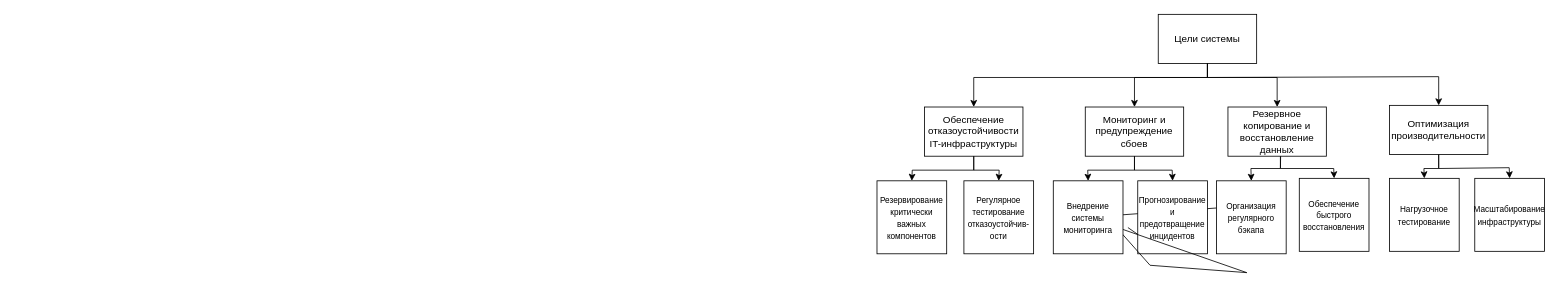
Earlier version of the draw.io diagram СистемныйАнализ.drawio (yastrov/exemplar1). Source tidied: cells renumbered, new cells numbered last; positions are measured from the earlier drawing's top-left corner, leaving out a move shared by most shapes. Both pictures are drawn from the tidied source at 82%, with x=0, y=0 at pixel (877, 14).
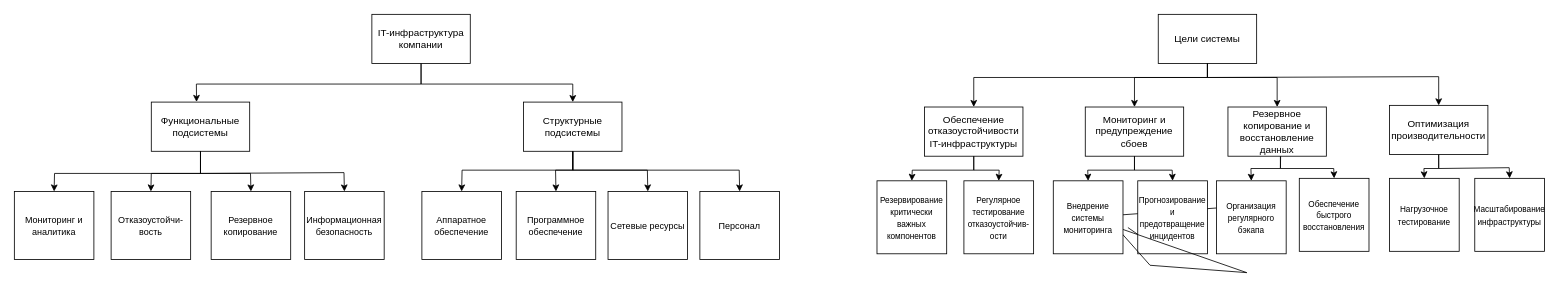
The same page after the edit.

Diff of the diagram source:
```diff
@@
+    <mxCell id="31" value="&lt;font style=&quot;color: light-dark(rgb(0, 0, 0), rgb(0, 0, 0));&quot;&gt;IT-инфраструктура компании&lt;/font&gt;" style="rounded=0;whiteSpace=wrap;html=1;fillColor=light-dark(#FFFFFF,#FFFFFF);strokeColor=light-dark(#000000,#000000);" parent="1" vertex="1">
+      <mxGeometry x="-616" width="120" height="60" as="geometry" />
+    </mxCell>
+    <mxCell id="32" value="&lt;font style=&quot;color: light-dark(rgb(0, 0, 0), rgb(0, 0, 0));&quot;&gt;Функциональные подсистемы&lt;/font&gt;" style="rounded=0;whiteSpace=wrap;html=1;fillColor=light-dark(#FFFFFF,#FFFFFF);strokeColor=light-dark(#000000,#000000);" parent="1" vertex="1">
+      <mxGeometry x="-885" y="107" width="120" height="60" as="geometry" />
+    </mxCell>
+    <mxCell id="33" value="&lt;font style=&quot;color: light-dark(rgb(0, 0, 0), rgb(0, 0, 0));&quot;&gt;Структурные подсистемы&lt;/font&gt;" style="rounded=0;whiteSpace=wrap;html=1;fillColor=light-dark(#FFFFFF,#FFFFFF);strokeColor=light-dark(#000000,#000000);" parent="1" vertex="1">
+      <mxGeometry x="-431" y="107" width="120" height="60" as="geometry" />
+    </mxCell>
+    <mxCell id="34" value="&lt;font style=&quot;color: light-dark(rgb(0, 0, 0), rgb(0, 0, 0));&quot;&gt;Мониторинг и аналитика&lt;/font&gt;" style="rounded=0;whiteSpace=wrap;html=1;fillColor=light-dark(#FFFFFF,#FFFFFF);strokeColor=light-dark(#000000,#000000);fontSize=11;" parent="1" vertex="1">
+      <mxGeometry x="-1052" y="216" width="97" height="83" as="geometry" />
+    </mxCell>
+    <mxCell id="35" value="&lt;font style=&quot;color: light-dark(rgb(0, 0, 0), rgb(0, 0, 0));&quot;&gt;Отказоустойчи-вость&lt;/font&gt;" style="rounded=0;whiteSpace=wrap;html=1;fillColor=light-dark(#FFFFFF,#FFFFFF);strokeColor=light-dark(#000000,#000000);fontSize=11;" parent="1" vertex="1">
+      <mxGeometry x="-934" y="216" width="97" height="83" as="geometry" />
+    </mxCell>
+    <mxCell id="36" value="&lt;font style=&quot;color: light-dark(rgb(0, 0, 0), rgb(0, 0, 0));&quot;&gt;Резервное копирование&lt;/font&gt;" style="rounded=0;whiteSpace=wrap;html=1;fillColor=light-dark(#FFFFFF,#FFFFFF);strokeColor=light-dark(#000000,#000000);fontSize=11;" parent="1" vertex="1">
+      <mxGeometry x="-812" y="216" width="97" height="83" as="geometry" />
+    </mxCell>
+    <mxCell id="37" value="&lt;font style=&quot;color: light-dark(rgb(0, 0, 0), rgb(0, 0, 0));&quot;&gt;Информационная безопасность&lt;/font&gt;" style="rounded=0;whiteSpace=wrap;html=1;fillColor=light-dark(#FFFFFF,#FFFFFF);strokeColor=light-dark(#000000,#000000);fontSize=11;" parent="1" vertex="1">
+      <mxGeometry x="-698" y="216" width="97" height="83" as="geometry" />
+    </mxCell>
+    <mxCell id="38" value="&lt;font style=&quot;color: light-dark(rgb(0, 0, 0), rgb(0, 0, 0));&quot;&gt;Аппаратное обеспечение&lt;/font&gt;" style="rounded=0;whiteSpace=wrap;html=1;fillColor=light-dark(#FFFFFF,#FFFFFF);strokeColor=light-dark(#000000,#000000);fontSize=11;" parent="1" vertex="1">
+      <mxGeometry x="-555" y="216" width="97" height="83" as="geometry" />
+    </mxCell>
+    <mxCell id="39" value="&lt;font style=&quot;color: light-dark(rgb(0, 0, 0), rgb(0, 0, 0));&quot;&gt;Программное обеспечение&lt;/font&gt;" style="rounded=0;whiteSpace=wrap;html=1;fillColor=light-dark(#FFFFFF,#FFFFFF);strokeColor=light-dark(#000000,#000000);fontSize=11;" parent="1" vertex="1">
+      <mxGeometry x="-440" y="216" width="97" height="83" as="geometry" />
+    </mxCell>
+    <mxCell id="40" value="&lt;font style=&quot;color: light-dark(rgb(0, 0, 0), rgb(0, 0, 0));&quot;&gt;Сетевые ресурсы&lt;/font&gt;" style="rounded=0;whiteSpace=wrap;html=1;fillColor=light-dark(#FFFFFF,#FFFFFF);strokeColor=light-dark(#000000,#000000);fontSize=11;" parent="1" vertex="1">
+      <mxGeometry x="-328" y="216" width="97" height="83" as="geometry" />
+    </mxCell>
+    <mxCell id="41" value="&lt;font style=&quot;color: light-dark(rgb(0, 0, 0), rgb(0, 0, 0));&quot;&gt;Персонал&lt;/font&gt;" style="rounded=0;whiteSpace=wrap;html=1;fillColor=light-dark(#FFFFFF,#FFFFFF);strokeColor=light-dark(#000000,#000000);fontSize=11;" parent="1" vertex="1">
+      <mxGeometry x="-216" y="216" width="97" height="83" as="geometry" />
+    </mxCell>
+    <mxCell id="42" style="endArrow=classic;html=1;rounded=0;exitX=0.5;exitY=1;exitDx=0;exitDy=0;entryX=0.46;entryY=-0.003;entryDx=0;entryDy=0;strokeColor=light-dark(#000000,#000000);entryPerimeter=0;" parent="1" edge="1" source="31" target="32">
+      <mxGeometry relative="1" as="geometry">
+        <Array as="points">
+          <mxPoint x="-556" y="85" />
+          <mxPoint x="-830" y="85" />
+        </Array>
+      </mxGeometry>
+    </mxCell>
+    <mxCell id="43" style="endArrow=classic;html=1;rounded=0;exitX=0.5;exitY=1;exitDx=0;exitDy=0;entryX=0.5;entryY=0;entryDx=0;entryDy=0;strokeColor=light-dark(#000000,#000000);" parent="1" edge="1" source="31" target="33">
+      <mxGeometry relative="1" as="geometry">
+        <Array as="points">
+          <mxPoint x="-556" y="85" />
+          <mxPoint x="-371" y="85" />
+        </Array>
+      </mxGeometry>
+    </mxCell>
+    <mxCell id="44" style="endArrow=classic;html=1;rounded=0;exitX=0.5;exitY=1;exitDx=0;exitDy=0;entryX=0.5;entryY=0;entryDx=0;entryDy=0;strokeColor=light-dark(#000000,#000000);" parent="1" edge="1" source="32" target="34">
+      <mxGeometry relative="1" as="geometry">
+        <Array as="points">
+          <mxPoint x="-825" y="194" />
+          <mxPoint x="-1003" y="194" />
+        </Array>
+      </mxGeometry>
+    </mxCell>
+    <mxCell id="45" style="endArrow=classic;html=1;rounded=0;entryX=0.5;entryY=0;entryDx=0;entryDy=0;strokeColor=light-dark(#000000,#000000);exitX=0.5;exitY=1;exitDx=0;exitDy=0;" parent="1" edge="1" source="32" target="35">
+      <mxGeometry relative="1" as="geometry">
+        <Array as="points">
+          <mxPoint x="-825" y="194" />
+          <mxPoint x="-885" y="194" />
+        </Array>
+      </mxGeometry>
+    </mxCell>
+    <mxCell id="46" style="endArrow=classic;html=1;rounded=0;entryX=0.5;entryY=0;entryDx=0;entryDy=0;strokeColor=light-dark(#000000,#000000);exitX=0.5;exitY=1;exitDx=0;exitDy=0;" parent="1" edge="1" source="32" target="36">
+      <mxGeometry relative="1" as="geometry">
+        <Array as="points">
+          <mxPoint x="-825" y="194" />
+          <mxPoint x="-764" y="194" />
+        </Array>
+      </mxGeometry>
+    </mxCell>
+    <mxCell id="47" style="endArrow=classic;html=1;rounded=0;entryX=0.5;entryY=0;entryDx=0;entryDy=0;strokeColor=light-dark(#000000,#000000);exitX=0.5;exitY=1;exitDx=0;exitDy=0;" parent="1" edge="1" source="32" target="37">
+      <mxGeometry relative="1" as="geometry">
+        <Array as="points">
+          <mxPoint x="-825" y="194" />
+          <mxPoint x="-650" y="193" />
+        </Array>
+      </mxGeometry>
+    </mxCell>
+    <mxCell id="48" style="endArrow=classic;html=1;rounded=0;exitX=0.5;exitY=1;exitDx=0;exitDy=0;entryX=0.5;entryY=0;entryDx=0;entryDy=0;strokeColor=light-dark(#000000,#000000);" parent="1" edge="1" source="33" target="38">
+      <mxGeometry relative="1" as="geometry">
+        <Array as="points">
+          <mxPoint x="-371" y="190" />
+          <mxPoint x="-506" y="190" />
+        </Array>
+      </mxGeometry>
+    </mxCell>
+    <mxCell id="49" style="endArrow=classic;html=1;rounded=0;exitX=0.5;exitY=1;exitDx=0;exitDy=0;entryX=0.5;entryY=0;entryDx=0;entryDy=0;strokeColor=light-dark(#000000,#000000);" parent="1" edge="1" source="33" target="39">
+      <mxGeometry relative="1" as="geometry">
+        <Array as="points">
+          <mxPoint x="-371" y="190" />
+          <mxPoint x="-392" y="190" />
+        </Array>
+      </mxGeometry>
+    </mxCell>
+    <mxCell id="50" style="endArrow=classic;html=1;rounded=0;exitX=0.5;exitY=1;exitDx=0;exitDy=0;entryX=0.5;entryY=0;entryDx=0;entryDy=0;strokeColor=light-dark(#000000,#000000);" parent="1" edge="1" source="33" target="40">
+      <mxGeometry relative="1" as="geometry">
+        <Array as="points">
+          <mxPoint x="-371" y="190" />
+          <mxPoint x="-280" y="190" />
+        </Array>
+      </mxGeometry>
+    </mxCell>
+    <mxCell id="51" style="endArrow=classic;html=1;rounded=0;exitX=0.5;exitY=1;exitDx=0;exitDy=0;entryX=0.5;entryY=0;entryDx=0;entryDy=0;strokeColor=light-dark(#000000,#000000);" parent="1" edge="1" source="33" target="41">
+      <mxGeometry relative="1" as="geometry">
+        <Array as="points">
+          <mxPoint x="-371" y="190" />
+          <mxPoint x="-168" y="190" />
+        </Array>
+      </mxGeometry>
+    </mxCell>
```
